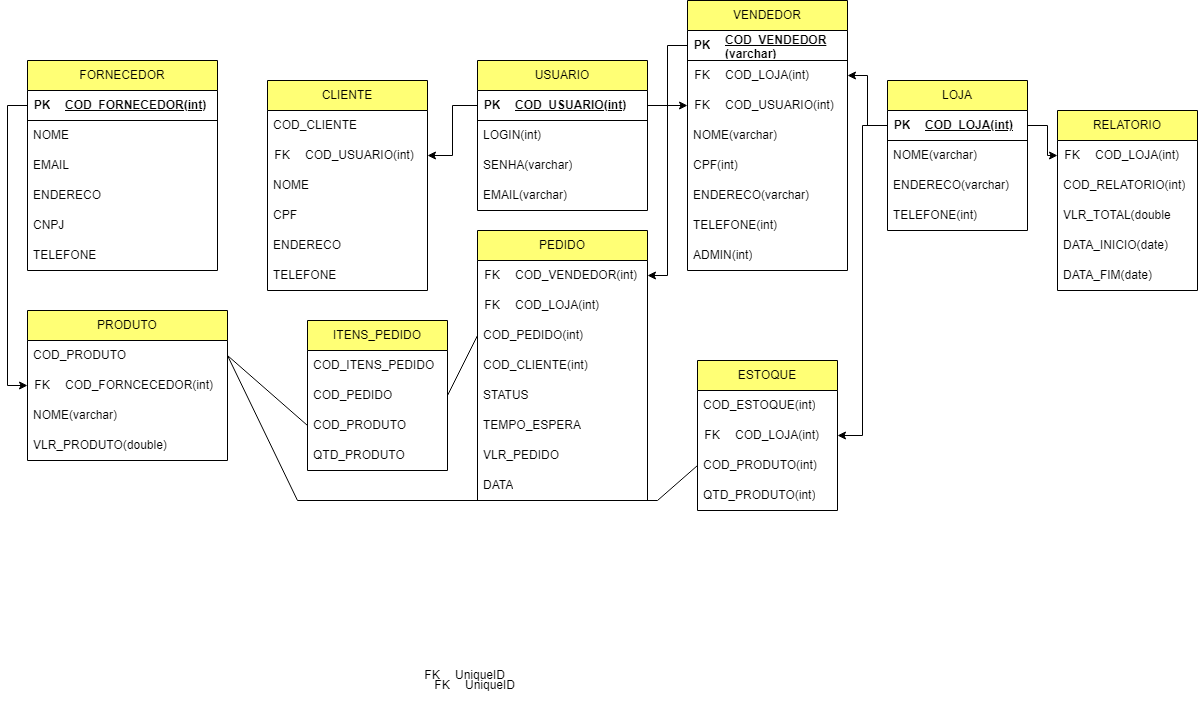
NicolasKevin2/BD keeps this draw.io diagram as ProjetoLógicoZéDelivery/zedelivery.drawio.png. Above is the earlier version. Source tidied: cells renumbered, new cells last; positions are measured from the earlier drawing's top-left corner, leaving out a move shared by most shapes.
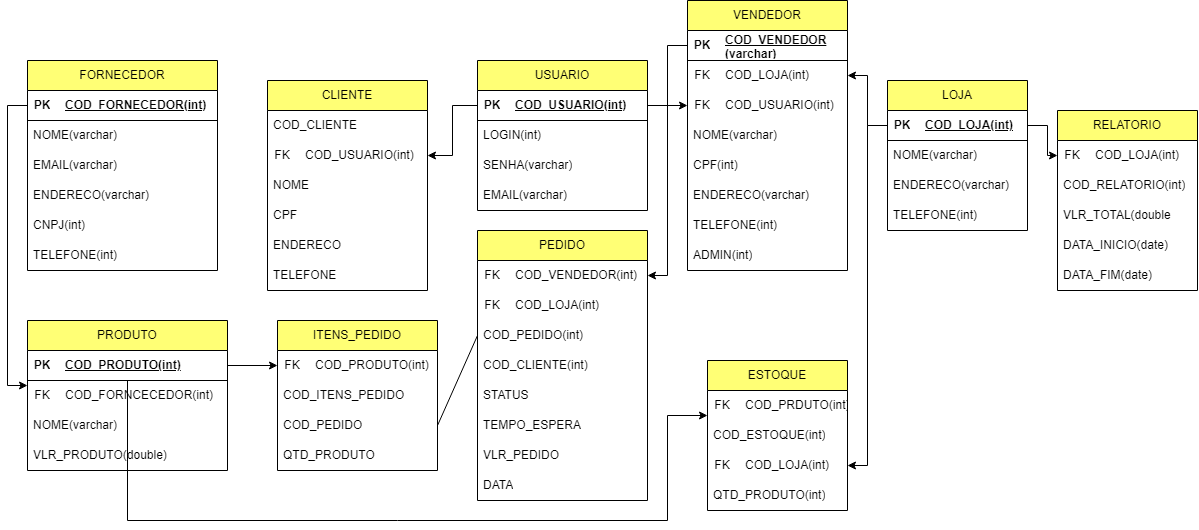
After the change.

What changed in the source:
```diff
@@ -177,29 +177,47 @@
       <mxGeometry y="240" width="170" height="30" as="geometry" />
     </mxCell>
     <mxCell id="60" value="ITENS_PEDIDO" style="swimlane;fontStyle=0;horizontal=1;startSize=30;whiteSpace=wrap;html=1;fillColor=#FFFF75;" parent="1" vertex="1">
-      <mxGeometry x="300" y="320" width="140" height="150" as="geometry" />
+      <mxGeometry x="270" y="320" width="160" height="150" as="geometry" />
     </mxCell>
+    <mxCell id="112" style="shape=table;startSize=0;rowLines=0;fontStyle=0;align=center;strokeColor=none;fillColor=none;" parent="60" vertex="1">
+      <mxGeometry y="30" width="160" height="30" as="geometry" />
+    </mxCell>
+    <mxCell id="113" style="shape=tableRow;horizontal=0;startSize=0;swimlaneHead=0;swimlaneBody=0;fillColor=none;points=[[0,0.5],[1,0.5]];portConstraint=eastwest;top=0;left=0;right=0;bottom=0;" parent="112" vertex="1">
+      <mxGeometry width="160" height="30" as="geometry" />
+    </mxCell>
+    <mxCell id="114" value="FK" style="shape=partialRectangle;fillColor=none;top=0;left=0;bottom=0;right=0;fontStyle=0;overflow=hidden;whiteSpace=wrap;html=1;" parent="113" vertex="1">
+      <mxGeometry width="30" height="30" as="geometry" />
+    </mxCell>
+    <mxCell id="115" value="COD_PRODUTO(int)" style="shape=partialRectangle;fillColor=none;top=0;left=0;bottom=0;right=0;align=left;spacingLeft=6;fontStyle=0;overflow=hidden;whiteSpace=wrap;html=1;" parent="113" vertex="1">
+      <mxGeometry x="30" width="130" height="30" as="geometry" />
+    </mxCell>
     <mxCell id="61" value="COD_ITENS_PEDIDO" style="text;strokeColor=none;fillColor=none;align=left;verticalAlign=middle;spacingLeft=4;spacingRight=4;overflow=hidden;whiteSpace=wrap;html=1;" parent="60" vertex="1">
-      <mxGeometry y="30" width="140" height="30" as="geometry" />
+      <mxGeometry y="60" width="160" height="30" as="geometry" />
     </mxCell>
     <mxCell id="62" value="COD_PEDIDO" style="text;strokeColor=none;fillColor=none;align=left;verticalAlign=middle;spacingLeft=4;spacingRight=4;overflow=hidden;points=[[0,0.5],[1,0.5]];portConstraint=eastwest;whiteSpace=wrap;html=1;" parent="60" vertex="1">
-      <mxGeometry y="60" width="140" height="30" as="geometry" />
+      <mxGeometry y="90" width="160" height="30" as="geometry" />
     </mxCell>
-    <mxCell id="63" value="COD_PRODUTO" style="text;strokeColor=none;fillColor=none;align=left;verticalAlign=middle;spacingLeft=4;spacingRight=4;overflow=hidden;points=[[0,0.5],[1,0.5]];portConstraint=eastwest;whiteSpace=wrap;html=1;" parent="60" vertex="1">
-      <mxGeometry y="90" width="140" height="30" as="geometry" />
-    </mxCell>
     <mxCell id="64" value="QTD_PRODUTO" style="text;strokeColor=none;fillColor=none;align=left;verticalAlign=middle;spacingLeft=4;spacingRight=4;overflow=hidden;whiteSpace=wrap;html=1;" parent="60" vertex="1">
-      <mxGeometry y="120" width="140" height="30" as="geometry" />
+      <mxGeometry y="120" width="160" height="30" as="geometry" />
     </mxCell>
     <mxCell id="65" style="endArrow=none;html=1;rounded=0;entryX=0;entryY=0.5;entryDx=0;entryDy=0;exitX=1;exitY=0.5;exitDx=0;exitDy=0;" parent="1" edge="1" source="62" target="54">
       <mxGeometry relative="1" as="geometry" />
     </mxCell>
     <mxCell id="66" value="PRODUTO" style="swimlane;fontStyle=0;horizontal=1;startSize=30;whiteSpace=wrap;html=1;fillColor=#FFFF75;" parent="1" vertex="1">
-      <mxGeometry x="20" y="310" width="200" height="150" as="geometry" />
+      <mxGeometry x="20" y="320" width="200" height="150" as="geometry" />
     </mxCell>
-    <mxCell id="67" value="COD_PRODUTO" style="text;strokeColor=none;fillColor=none;align=left;verticalAlign=middle;spacingLeft=4;spacingRight=4;overflow=hidden;points=[[0,0.5],[1,0.5]];portConstraint=eastwest;whiteSpace=wrap;html=1;" parent="66" vertex="1">
-      <mxGeometry y="30" width="200" height="30" as="geometry" />
-    </mxCell>
+    <mxCell id="118" style="shape=table;startSize=0;rowLines=0;fontStyle=0;align=center;strokeColor=none;fillColor=none;" parent="66" vertex="1">
+      <mxGeometry y="30" width="200" height="30" as="geometry" />
+    </mxCell>
+    <mxCell id="119" style="shape=tableRow;horizontal=0;startSize=0;swimlaneHead=0;swimlaneBody=0;fillColor=none;points=[[0,0.5],[1,0.5]];portConstraint=eastwest;top=0;left=0;right=0;bottom=1;" parent="118" vertex="1">
+      <mxGeometry width="200" height="30" as="geometry" />
+    </mxCell>
+    <mxCell id="120" value="PK" style="shape=partialRectangle;fillColor=none;top=0;left=0;bottom=0;right=0;fontStyle=1;overflow=hidden;whiteSpace=wrap;html=1;" parent="119" vertex="1">
+      <mxGeometry width="30" height="30" as="geometry" />
+    </mxCell>
+    <mxCell id="91" value="COD_PRODUTO(int)" style="shape=partialRectangle;fillColor=none;top=0;left=0;bottom=0;right=0;align=left;spacingLeft=6;fontStyle=5;overflow=hidden;whiteSpace=wrap;html=1;" parent="119" vertex="1">
+      <mxGeometry x="30" width="170" height="30" as="geometry" />
+    </mxCell>
     <mxCell id="68" style="shape=table;startSize=0;rowLines=0;fontStyle=0;align=center;strokeColor=none;fillColor=none;" parent="66" vertex="1">
       <mxGeometry y="60" width="200" height="30" as="geometry" />
     </mxCell>
@@ -218,9 +236,6 @@
     <mxCell id="73" value="VLR_PRODUTO(double)" style="text;strokeColor=none;fillColor=none;align=left;verticalAlign=middle;spacingLeft=4;spacingRight=4;overflow=hidden;whiteSpace=wrap;html=1;" parent="66" vertex="1">
       <mxGeometry y="120" width="200" height="30" as="geometry" />
     </mxCell>
-    <mxCell id="74" style="endArrow=none;html=1;rounded=0;entryX=1;entryY=0.5;entryDx=0;entryDy=0;exitX=0;exitY=0.5;exitDx=0;exitDy=0;" parent="1" edge="1" source="63" target="67">
-      <mxGeometry relative="1" as="geometry" />
-    </mxCell>
     <mxCell id="75" value="FORNECEDOR" style="swimlane;fontStyle=0;horizontal=1;startSize=30;whiteSpace=wrap;html=1;fillColor=#FFFF75;" parent="1" vertex="1">
       <mxGeometry x="20" y="60" width="190" height="210" as="geometry" />
     </mxCell>
@@ -236,29 +251,41 @@
     <mxCell id="79" value="COD_FORNECEDOR(int)" style="shape=partialRectangle;fillColor=none;top=0;left=0;bottom=0;right=0;align=left;spacingLeft=6;fontStyle=5;overflow=hidden;whiteSpace=wrap;html=1;" parent="77" vertex="1">
       <mxGeometry x="30" width="160" height="30" as="geometry" />
     </mxCell>
-    <mxCell id="80" value="NOME" style="text;strokeColor=none;fillColor=none;align=left;verticalAlign=middle;spacingLeft=4;spacingRight=4;overflow=hidden;whiteSpace=wrap;html=1;" parent="75" vertex="1">
+    <mxCell id="80" value="NOME(varchar)" style="text;strokeColor=none;fillColor=none;align=left;verticalAlign=middle;spacingLeft=4;spacingRight=4;overflow=hidden;whiteSpace=wrap;html=1;" parent="75" vertex="1">
       <mxGeometry y="60" width="190" height="30" as="geometry" />
     </mxCell>
-    <mxCell id="81" value="EMAIL" style="text;strokeColor=none;fillColor=none;align=left;verticalAlign=middle;spacingLeft=4;spacingRight=4;overflow=hidden;whiteSpace=wrap;html=1;" parent="75" vertex="1">
+    <mxCell id="81" value="EMAIL(varchar)" style="text;strokeColor=none;fillColor=none;align=left;verticalAlign=middle;spacingLeft=4;spacingRight=4;overflow=hidden;whiteSpace=wrap;html=1;" parent="75" vertex="1">
       <mxGeometry y="90" width="190" height="30" as="geometry" />
     </mxCell>
-    <mxCell id="82" value="ENDERECO" style="text;strokeColor=none;fillColor=none;align=left;verticalAlign=middle;spacingLeft=4;spacingRight=4;overflow=hidden;whiteSpace=wrap;html=1;" parent="75" vertex="1">
+    <mxCell id="82" value="ENDERECO(varchar)" style="text;strokeColor=none;fillColor=none;align=left;verticalAlign=middle;spacingLeft=4;spacingRight=4;overflow=hidden;whiteSpace=wrap;html=1;" parent="75" vertex="1">
       <mxGeometry y="120" width="190" height="30" as="geometry" />
     </mxCell>
-    <mxCell id="83" value="CNPJ" style="text;strokeColor=none;fillColor=none;align=left;verticalAlign=middle;spacingLeft=4;spacingRight=4;overflow=hidden;whiteSpace=wrap;html=1;" parent="75" vertex="1">
+    <mxCell id="83" value="CNPJ(int)" style="text;strokeColor=none;fillColor=none;align=left;verticalAlign=middle;spacingLeft=4;spacingRight=4;overflow=hidden;whiteSpace=wrap;html=1;" parent="75" vertex="1">
       <mxGeometry y="150" width="190" height="30" as="geometry" />
     </mxCell>
-    <mxCell id="84" value="TELEFONE" style="text;strokeColor=none;fillColor=none;align=left;verticalAlign=middle;spacingLeft=4;spacingRight=4;overflow=hidden;whiteSpace=wrap;html=1;" parent="75" vertex="1">
+    <mxCell id="84" value="TELEFONE(int)" style="text;strokeColor=none;fillColor=none;align=left;verticalAlign=middle;spacingLeft=4;spacingRight=4;overflow=hidden;whiteSpace=wrap;html=1;" parent="75" vertex="1">
       <mxGeometry y="180" width="190" height="30" as="geometry" />
     </mxCell>
     <mxCell id="85" value="ESTOQUE" style="swimlane;fontStyle=0;horizontal=1;startSize=30;whiteSpace=wrap;html=1;fillColor=#FFFF75;" parent="1" vertex="1">
-      <mxGeometry x="690" y="360" width="140" height="150" as="geometry" />
+      <mxGeometry x="700" y="360" width="140" height="150" as="geometry" />
     </mxCell>
+    <mxCell id="108" style="shape=table;startSize=0;rowLines=0;fontStyle=0;align=center;strokeColor=none;fillColor=none;" parent="85" vertex="1">
+      <mxGeometry y="30" width="140" height="30" as="geometry" />
+    </mxCell>
+    <mxCell id="109" style="shape=tableRow;horizontal=0;startSize=0;swimlaneHead=0;swimlaneBody=0;fillColor=none;points=[[0,0.5],[1,0.5]];portConstraint=eastwest;top=0;left=0;right=0;bottom=0;" parent="108" vertex="1">
+      <mxGeometry width="140" height="30" as="geometry" />
+    </mxCell>
+    <mxCell id="110" value="FK" style="shape=partialRectangle;fillColor=none;top=0;left=0;bottom=0;right=0;fontStyle=0;overflow=hidden;whiteSpace=wrap;html=1;" parent="109" vertex="1">
+      <mxGeometry width="30" height="30" as="geometry" />
+    </mxCell>
+    <mxCell id="111" value="COD_PRDUTO(int)" style="shape=partialRectangle;fillColor=none;top=0;left=0;bottom=0;right=0;align=left;spacingLeft=6;fontStyle=0;overflow=hidden;whiteSpace=wrap;html=1;" parent="109" vertex="1">
+      <mxGeometry x="30" width="110" height="30" as="geometry" />
+    </mxCell>
     <mxCell id="86" value="COD_ESTOQUE(int)" style="text;strokeColor=none;fillColor=none;align=left;verticalAlign=middle;spacingLeft=4;spacingRight=4;overflow=hidden;whiteSpace=wrap;html=1;" parent="85" vertex="1">
-      <mxGeometry y="30" width="140" height="30" as="geometry" />
+      <mxGeometry y="60" width="140" height="30" as="geometry" />
     </mxCell>
     <mxCell id="87" style="shape=table;startSize=0;rowLines=0;fontStyle=0;align=center;strokeColor=none;fillColor=none;" parent="85" vertex="1">
-      <mxGeometry y="60" width="140" height="30" as="geometry" />
+      <mxGeometry y="90" width="140" height="30" as="geometry" />
     </mxCell>
     <mxCell id="88" style="shape=tableRow;horizontal=0;startSize=0;swimlaneHead=0;swimlaneBody=0;fillColor=none;points=[[0,0.5],[1,0.5]];portConstraint=eastwest;top=0;left=0;right=0;bottom=0;" parent="87" vertex="1">
       <mxGeometry width="140" height="30" as="geometry" />
@@ -269,20 +296,9 @@
     <mxCell id="90" value="COD_LOJA(int)" style="shape=partialRectangle;fillColor=none;top=0;left=0;bottom=0;right=0;align=left;spacingLeft=6;fontStyle=0;overflow=hidden;whiteSpace=wrap;html=1;" parent="88" vertex="1">
       <mxGeometry x="30" width="110" height="30" as="geometry" />
     </mxCell>
-    <mxCell id="91" value="COD_PRODUTO(int)" style="text;strokeColor=none;fillColor=none;align=left;verticalAlign=middle;spacingLeft=4;spacingRight=4;overflow=hidden;points=[[0,0.5],[1,0.5]];portConstraint=eastwest;whiteSpace=wrap;html=1;" parent="85" vertex="1">
-      <mxGeometry y="90" width="140" height="30" as="geometry" />
-    </mxCell>
     <mxCell id="92" value="QTD_PRODUTO(int)" style="text;strokeColor=none;fillColor=none;align=left;verticalAlign=middle;spacingLeft=4;spacingRight=4;overflow=hidden;whiteSpace=wrap;html=1;" parent="85" vertex="1">
       <mxGeometry y="120" width="140" height="30" as="geometry" />
     </mxCell>
-    <mxCell id="93" style="endArrow=none;html=1;rounded=0;entryX=0;entryY=0.5;entryDx=0;entryDy=0;exitX=1;exitY=0.5;exitDx=0;exitDy=0;" parent="1" edge="1" source="67" target="91">
-      <mxGeometry relative="1" as="geometry">
-        <Array as="points">
-          <mxPoint x="290" y="500" />
-          <mxPoint x="650" y="500" />
-        </Array>
-      </mxGeometry>
-    </mxCell>
     <mxCell id="94" value="RELATORIO" style="swimlane;fontStyle=0;horizontal=1;startSize=30;whiteSpace=wrap;html=1;fillColor=#FFFF75;" parent="1" vertex="1">
       <mxGeometry x="1050" y="110" width="140" height="180" as="geometry" />
     </mxCell>
@@ -325,30 +341,6 @@
     <mxCell id="107" style="edgeStyle=orthogonalEdgeStyle;rounded=0;jettySize=auto;html=1;" parent="1" edge="1" source="4" target="29">
       <mxGeometry relative="1" as="geometry" />
     </mxCell>
-    <mxCell id="108" style="shape=table;startSize=0;rowLines=0;fontStyle=0;align=center;strokeColor=none;fillColor=none;" parent="1" vertex="1">
-      <mxGeometry x="410" y="660" width="180" height="30" as="geometry" />
-    </mxCell>
-    <mxCell id="109" style="shape=tableRow;horizontal=0;startSize=0;swimlaneHead=0;swimlaneBody=0;fillColor=none;points=[[0,0.5],[1,0.5]];portConstraint=eastwest;top=0;left=0;right=0;bottom=0;" parent="108" vertex="1">
-      <mxGeometry width="180" height="30" as="geometry" />
-    </mxCell>
-    <mxCell id="110" value="FK" style="shape=partialRectangle;fillColor=none;top=0;left=0;bottom=0;right=0;fontStyle=0;overflow=hidden;whiteSpace=wrap;html=1;" parent="109" vertex="1">
-      <mxGeometry width="30" height="30" as="geometry" />
-    </mxCell>
-    <mxCell id="111" value="UniqueID" style="shape=partialRectangle;fillColor=none;top=0;left=0;bottom=0;right=0;align=left;spacingLeft=6;fontStyle=0;overflow=hidden;whiteSpace=wrap;html=1;" parent="109" vertex="1">
-      <mxGeometry x="30" width="150" height="30" as="geometry" />
-    </mxCell>
-    <mxCell id="112" style="shape=table;startSize=0;rowLines=0;fontStyle=0;align=center;strokeColor=none;fillColor=none;" parent="1" vertex="1">
-      <mxGeometry x="420" y="670" width="180" height="30" as="geometry" />
-    </mxCell>
-    <mxCell id="113" style="shape=tableRow;horizontal=0;startSize=0;swimlaneHead=0;swimlaneBody=0;fillColor=none;points=[[0,0.5],[1,0.5]];portConstraint=eastwest;top=0;left=0;right=0;bottom=0;" parent="112" vertex="1">
-      <mxGeometry width="180" height="30" as="geometry" />
-    </mxCell>
-    <mxCell id="114" value="FK" style="shape=partialRectangle;fillColor=none;top=0;left=0;bottom=0;right=0;fontStyle=0;overflow=hidden;whiteSpace=wrap;html=1;" parent="113" vertex="1">
-      <mxGeometry width="30" height="30" as="geometry" />
-    </mxCell>
-    <mxCell id="115" value="UniqueID" style="shape=partialRectangle;fillColor=none;top=0;left=0;bottom=0;right=0;align=left;spacingLeft=6;fontStyle=0;overflow=hidden;whiteSpace=wrap;html=1;" parent="113" vertex="1">
-      <mxGeometry x="30" width="150" height="30" as="geometry" />
-    </mxCell>
     <mxCell id="116" style="edgeStyle=orthogonalEdgeStyle;rounded=0;jettySize=auto;html=1;" parent="1" edge="1" source="4" target="13">
       <mxGeometry relative="1" as="geometry" />
     </mxCell>
@@ -360,5 +352,17 @@
         </Array>
       </mxGeometry>
     </mxCell>
+    <mxCell id="121" style="edgeStyle=orthogonalEdgeStyle;rounded=0;jettySize=auto;html=1;" parent="1" edge="1" source="119" target="113">
+      <mxGeometry relative="1" as="geometry" />
+    </mxCell>
+    <mxCell id="122" style="edgeStyle=orthogonalEdgeStyle;rounded=0;jettySize=auto;html=1;" parent="1" edge="1" source="119" target="109">
+      <mxGeometry relative="1" as="geometry">
+        <Array as="points">
+          <mxPoint x="120" y="520" />
+          <mxPoint x="660" y="520" />
+          <mxPoint x="660" y="415" />
+        </Array>
+      </mxGeometry>
+    </mxCell>
   </root>
 </mxGraphModel>
```
